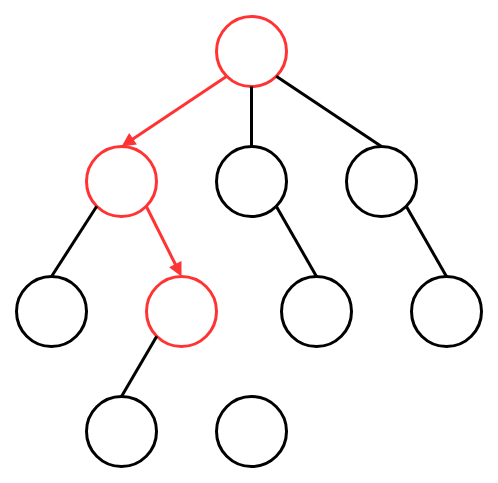
Above: page "Seite-1" (1 of 3) of img/selection.drawio in SRSchwarz/MCTS-Survey (draw.io), before the change. Source tidied: cells renumbered, new cells numbered last; positions are measured from the earlier drawing's top-left corner, leaving out a move shared by most shapes. Both pictures are drawn from the tidied source at 100%, with x=0, y=0 at pixel (16, 16).
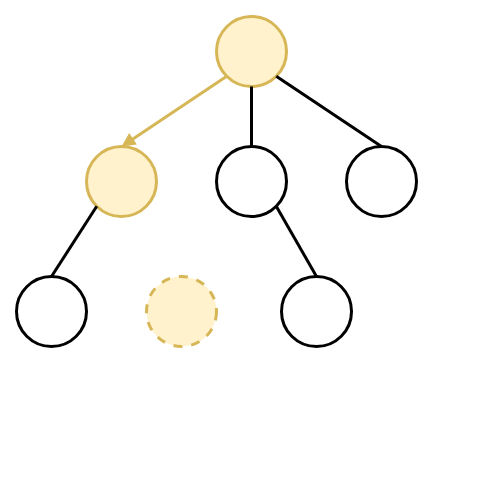
After the change.

The edit, as a diff of the source:
```diff
@@
 <mxGraphModel>
   <root>
     <mxCell id="0" />
     <mxCell id="1" parent="0" />
-    <mxCell id="2" style="ellipse;whiteSpace=wrap;html=1;strokeWidth=3;strokeColor=#FF3333;" parent="1" vertex="1">
+    <mxCell id="2" style="ellipse;whiteSpace=wrap;html=1;strokeWidth=3;strokeColor=#d6b656;fillColor=#fff2cc;" parent="1" vertex="1">
       <mxGeometry x="200" width="70" height="70" as="geometry" />
     </mxCell>
-    <mxCell id="3" style="ellipse;whiteSpace=wrap;html=1;strokeWidth=3;strokeColor=#FF3333;" parent="1" vertex="1">
+    <mxCell id="3" style="ellipse;whiteSpace=wrap;html=1;strokeWidth=3;strokeColor=#d6b656;fillColor=#fff2cc;" parent="1" vertex="1">
       <mxGeometry x="70" y="130" width="70" height="70" as="geometry" />
     </mxCell>
     <mxCell id="4" style="ellipse;whiteSpace=wrap;html=1;strokeWidth=3;" parent="1" vertex="1">
       <mxGeometry x="330" y="130" width="70" height="70" as="geometry" />
     </mxCell>
     <mxCell id="5" style="endArrow=none;html=1;strokeWidth=3;entryX=0.5;entryY=1;entryDx=0;entryDy=0;exitX=0.5;exitY=0;exitDx=0;exitDy=0;" parent="1" edge="1" source="6" target="2">
       <mxGeometry relative="1" as="geometry" />
     </mxCell>
     <mxCell id="6" style="ellipse;whiteSpace=wrap;html=1;strokeWidth=3;" parent="1" vertex="1">
       <mxGeometry x="200" y="130" width="70" height="70" as="geometry" />
     </mxCell>
     <mxCell id="7" style="endArrow=none;html=1;strokeWidth=3;entryX=1;entryY=1;entryDx=0;entryDy=0;exitX=0.5;exitY=0;exitDx=0;exitDy=0;" parent="1" edge="1" source="4" target="2">
       <mxGeometry relative="1" as="geometry" />
     </mxCell>
-    <mxCell id="8" style="endArrow=none;html=1;strokeWidth=3;entryX=0;entryY=1;entryDx=0;entryDy=0;exitX=0.5;exitY=0;exitDx=0;exitDy=0;strokeColor=#FF3333;startArrow=block;startFill=1;" parent="1" edge="1" source="3" target="2">
+    <mxCell id="8" style="endArrow=none;html=1;strokeWidth=3;entryX=0;entryY=1;entryDx=0;entryDy=0;exitX=0.5;exitY=0;exitDx=0;exitDy=0;strokeColor=#d6b656;startArrow=block;startFill=1;fillColor=#fff2cc;" parent="1" edge="1" source="3" target="2">
       <mxGeometry relative="1" as="geometry" />
     </mxCell>
-    <mxCell id="9" style="ellipse;whiteSpace=wrap;html=1;strokeWidth=3;" parent="1" vertex="1">
-      <mxGeometry x="395" y="260" width="70" height="70" as="geometry" />
-    </mxCell>
     <mxCell id="10" style="ellipse;whiteSpace=wrap;html=1;strokeWidth=3;" parent="1" vertex="1">
       <mxGeometry x="265" y="260" width="70" height="70" as="geometry" />
     </mxCell>
-    <mxCell id="11" style="ellipse;whiteSpace=wrap;html=1;strokeWidth=3;strokeColor=#FF3333;" parent="1" vertex="1">
-      <mxGeometry x="130" y="260" width="70" height="70" as="geometry" />
-    </mxCell>
     <mxCell id="12" style="ellipse;whiteSpace=wrap;html=1;strokeWidth=3;" parent="1" vertex="1">
       <mxGeometry y="260" width="70" height="70" as="geometry" />
     </mxCell>
     <mxCell id="13" style="endArrow=none;html=1;strokeWidth=3;entryX=1;entryY=1;entryDx=0;entryDy=0;exitX=0.5;exitY=0;exitDx=0;exitDy=0;" parent="1" edge="1" source="10" target="6">
       <mxGeometry relative="1" as="geometry" />
     </mxCell>
-    <mxCell id="14" style="endArrow=none;html=1;strokeWidth=3;entryX=1;entryY=1;entryDx=0;entryDy=0;exitX=0.5;exitY=0;exitDx=0;exitDy=0;strokeColor=#FF3333;startArrow=block;startFill=1;" parent="1" edge="1" source="11" target="3">
-      <mxGeometry relative="1" as="geometry" />
-    </mxCell>
     <mxCell id="15" style="endArrow=none;html=1;strokeWidth=3;entryX=0;entryY=1;entryDx=0;entryDy=0;exitX=0.5;exitY=0;exitDx=0;exitDy=0;" parent="1" edge="1" source="12" target="3">
       <mxGeometry relative="1" as="geometry" />
     </mxCell>
-    <mxCell id="16" style="endArrow=none;html=1;strokeWidth=3;entryX=1;entryY=1;entryDx=0;entryDy=0;exitX=0.5;exitY=0;exitDx=0;exitDy=0;" parent="1" edge="1" source="9" target="4">
-      <mxGeometry relative="1" as="geometry" />
-    </mxCell>
-    <mxCell id="17" style="ellipse;whiteSpace=wrap;html=1;strokeWidth=3;" parent="1" vertex="1">
-      <mxGeometry x="70" y="380" width="70" height="70" as="geometry" />
-    </mxCell>
-    <mxCell id="18" style="endArrow=none;html=1;strokeWidth=3;entryX=0;entryY=1;entryDx=0;entryDy=0;exitX=0.5;exitY=0;exitDx=0;exitDy=0;" parent="1" edge="1" source="17" target="11">
-      <mxGeometry relative="1" as="geometry" />
-    </mxCell>
-    <mxCell id="19" style="ellipse;whiteSpace=wrap;html=1;strokeWidth=3;strokeColor=#000000;" parent="1" vertex="1">
-      <mxGeometry x="200" y="380" width="70" height="70" as="geometry" />
-    </mxCell>
+    <mxCell id="20" style="ellipse;whiteSpace=wrap;html=1;strokeWidth=3;fillColor=#fff2cc;strokeColor=#d6b656;dashed=1;" parent="1" vertex="1">
+      <mxGeometry x="130" y="260" width="70" height="70" as="geometry" />
+    </mxCell>
   </root>
 </mxGraphModel>
```
